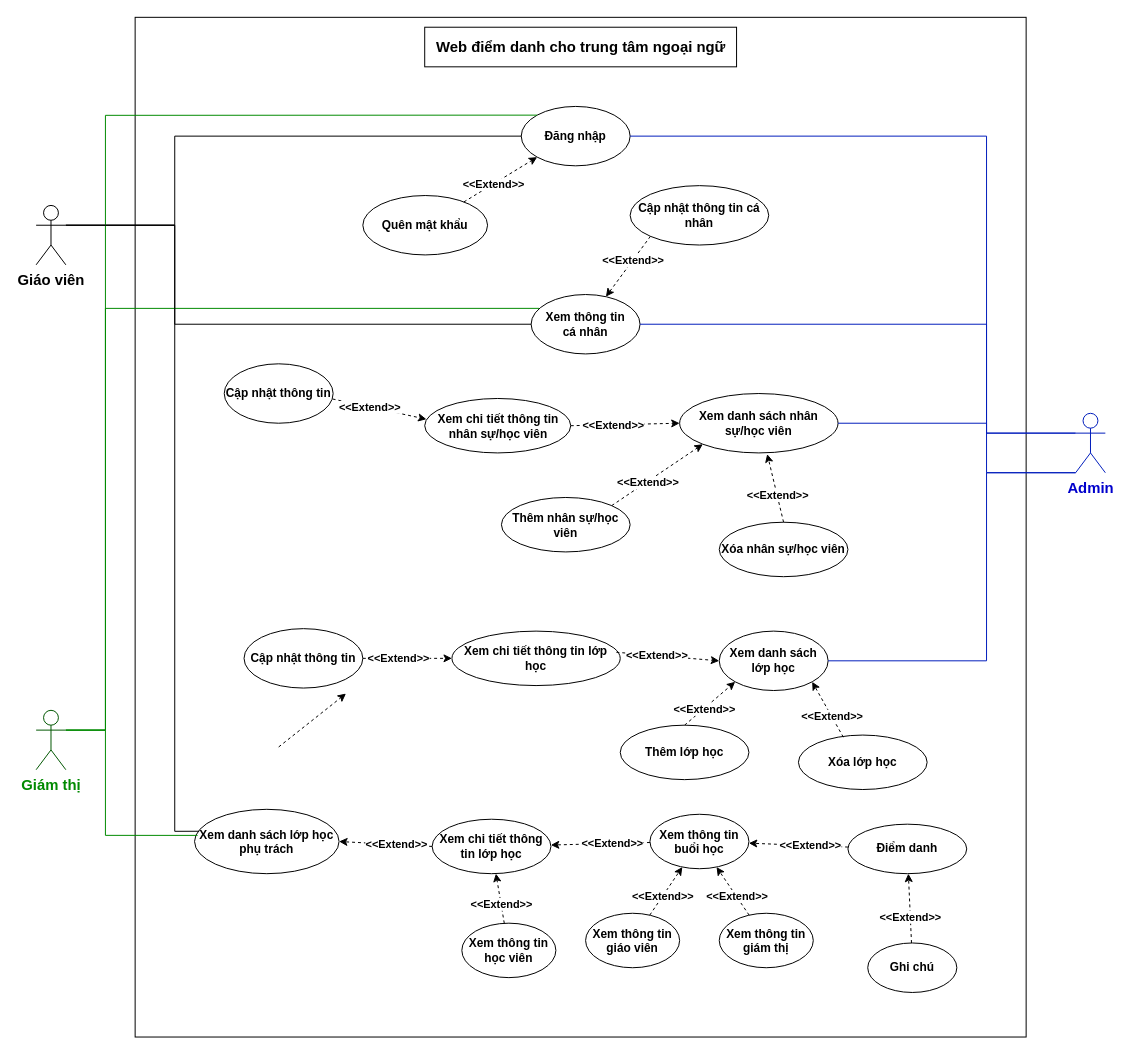
Above: Week 1/UC Diagram.drawio in astr0tas/English-Center-Attendance-Check (draw.io), before the change. Source tidied: cells renumbered, new cells numbered last; positions are measured from the earlier drawing's top-left corner, leaving out a move shared by most shapes. Both pictures are drawn from the tidied source at 99%, with x=0, y=0 at pixel (36, 17).
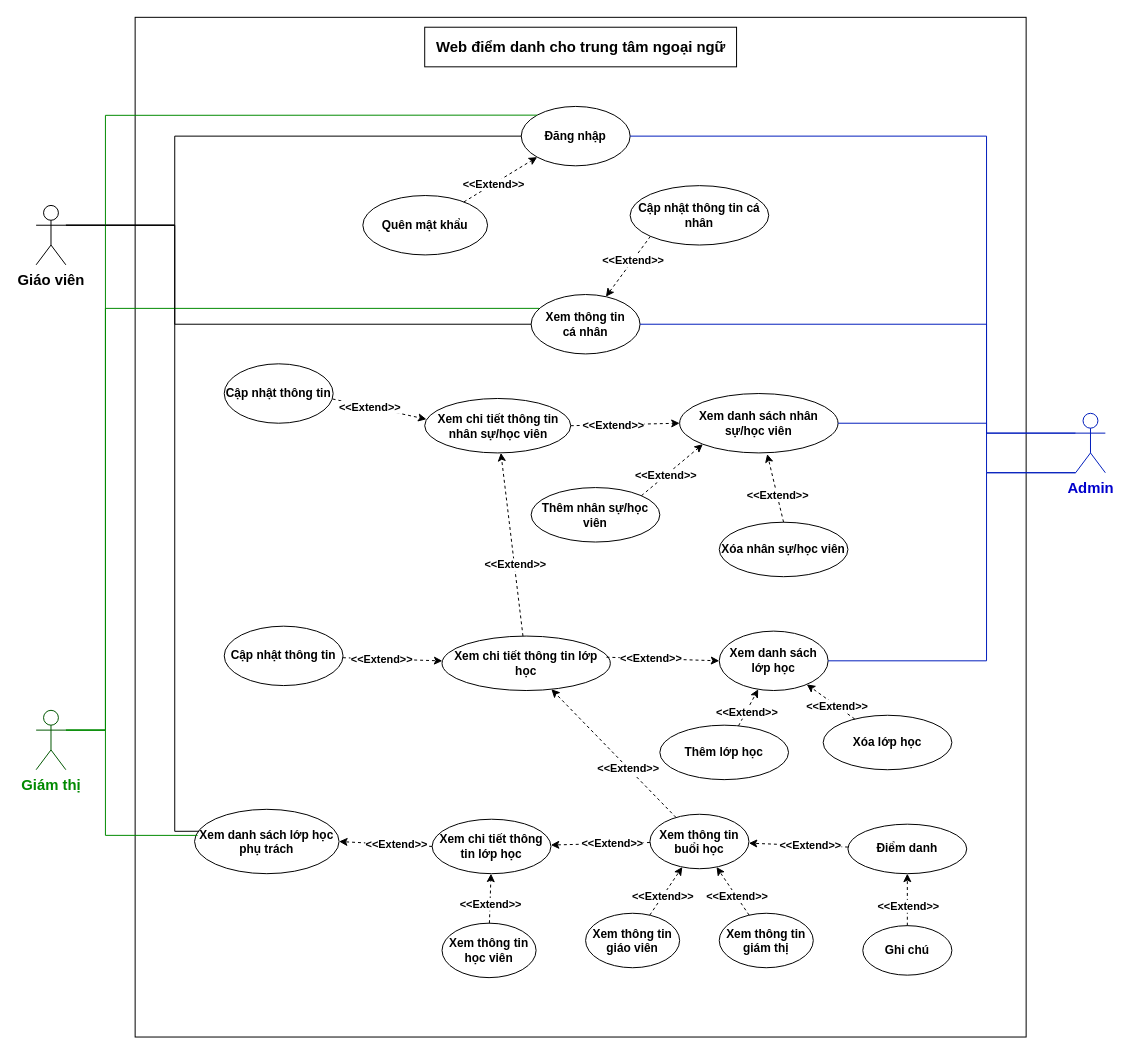
Above is the later version.

The change refers to these unchanged cells:
```xml
<mxCell id="10" value="Xem danh sách lớp học" style="ellipse;whiteSpace=wrap;html=1;fontStyle=1;" parent="1" vertex="1">
  <mxGeometry x="690" y="620" width="110" height="60" as="geometry" />
</mxCell>
<mxCell id="28" value="Xem chi tiết thông tin nhân sự/học viên" style="ellipse;whiteSpace=wrap;html=1;fontStyle=1;" parent="1" vertex="1">
  <mxGeometry x="392.5" y="385" width="147.5" height="55" as="geometry" />
</mxCell>
<mxCell id="64" value="Xem thông tin buổi học" style="ellipse;whiteSpace=wrap;html=1;fontStyle=1;" parent="1" vertex="1">
  <mxGeometry x="620" y="805" width="100" height="55" as="geometry" />
</mxCell>
```

Diff of the diagram source:
```diff
@@
     <mxCell id="22" value="Ghi chú" style="ellipse;whiteSpace=wrap;html=1;fontStyle=1;" parent="1" vertex="1">
-      <mxGeometry x="840" y="935" width="90" height="50" as="geometry" />
+      <mxGeometry x="835" y="917.5" width="90" height="50" as="geometry" />
     </mxCell>
@@
     <mxCell id="30" value="Thêm nhân sự/học viên" style="ellipse;whiteSpace=wrap;html=1;fontStyle=1;" parent="1" vertex="1">
-      <mxGeometry x="470" y="485" width="130" height="55" as="geometry" />
+      <mxGeometry x="500" y="475" width="130" height="55" as="geometry" />
     </mxCell>
@@
     <mxCell id="40" value="Xem chi tiết thông tin lớp học" style="ellipse;whiteSpace=wrap;html=1;fontStyle=1;" parent="1" vertex="1">
-      <mxGeometry x="420" y="620" width="170" height="55" as="geometry" />
+      <mxGeometry x="410" y="625" width="170" height="55" as="geometry" />
     </mxCell>
     <mxCell id="41" value="Cập nhật thông tin" style="ellipse;whiteSpace=wrap;html=1;fontStyle=1;" parent="1" vertex="1">
-      <mxGeometry x="210" y="617.5" width="120" height="60" as="geometry" />
+      <mxGeometry x="190" y="615" width="120" height="60" as="geometry" />
     </mxCell>
     <mxCell id="42" value="Thêm lớp học" style="ellipse;whiteSpace=wrap;html=1;fontStyle=1;" parent="1" vertex="1">
-      <mxGeometry x="590" y="715" width="130" height="55" as="geometry" />
+      <mxGeometry x="630" y="715" width="130" height="55" as="geometry" />
     </mxCell>
     <mxCell id="43" value="Xóa lớp học" style="ellipse;whiteSpace=wrap;html=1;fontStyle=1;" parent="1" vertex="1">
-      <mxGeometry x="770" y="725" width="130" height="55" as="geometry" />
+      <mxGeometry x="795" y="705" width="130" height="55" as="geometry" />
     </mxCell>
@@
-    <mxCell id="48" style="endArrow=classic;html=1;rounded=0;exitX=0.5;exitY=0;exitDx=0;exitDy=0;dashed=1;fontStyle=1;entryX=0;entryY=1;entryDx=0;entryDy=0;" parent="1" edge="1" source="42" target="10">
+    <mxCell id="48" style="endArrow=classic;html=1;rounded=0;dashed=1;fontStyle=1;" parent="1" edge="1" source="42" target="10">
       <mxGeometry relative="1" as="geometry" />
     </mxCell>
@@
-    <mxCell id="50" style="endArrow=classic;html=1;rounded=0;exitX=0.349;exitY=0.039;exitDx=0;exitDy=0;dashed=1;fontStyle=1;entryX=1;entryY=1;entryDx=0;entryDy=0;exitPerimeter=0;" parent="1" edge="1" source="43" target="10">
+    <mxCell id="50" style="endArrow=classic;html=1;rounded=0;dashed=1;fontStyle=1;" parent="1" edge="1" source="43" target="10">
       <mxGeometry relative="1" as="geometry" />
     </mxCell>
@@
     <mxCell id="61" value="Xem thông tin học viên" style="ellipse;whiteSpace=wrap;html=1;fontStyle=1;" parent="1" vertex="1">
-      <mxGeometry x="430" y="915" width="95" height="55" as="geometry" />
+      <mxGeometry x="410" y="915" width="95" height="55" as="geometry" />
     </mxCell>
@@
-    <mxCell id="73" style="endArrow=classic;html=1;rounded=0;dashed=1;fontStyle=1;" parent="1" edge="1">
-      <mxGeometry relative="1" as="geometry">
-        <mxPoint x="245" y="737" as="sourcePoint" />
-        <mxPoint x="313" y="683.1" as="targetPoint" />
-      </mxGeometry>
-    </mxCell>
+    <mxCell id="74" style="endArrow=classic;html=1;rounded=0;dashed=1;fontStyle=1;" parent="1" edge="1" source="40" target="28">
+      <mxGeometry relative="1" as="geometry" />
+    </mxCell>
+    <mxCell id="75" value="&amp;lt;&amp;lt;Extend&amp;gt;&amp;gt;" style="edgeLabel;html=1;align=center;verticalAlign=middle;fontStyle=1;" parent="74" vertex="1">
+      <mxGeometry x="-0.22" relative="1" as="geometry" />
+    </mxCell>
+    <mxCell id="76" style="endArrow=classic;html=1;rounded=0;dashed=1;fontStyle=1;" parent="1" edge="1" source="64" target="40">
+      <mxGeometry relative="1" as="geometry" />
+    </mxCell>
+    <mxCell id="77" value="&amp;lt;&amp;lt;Extend&amp;gt;&amp;gt;" style="edgeLabel;html=1;align=center;verticalAlign=middle;fontStyle=1;" parent="76" vertex="1">
+      <mxGeometry x="-0.22" relative="1" as="geometry" />
+    </mxCell>
```
